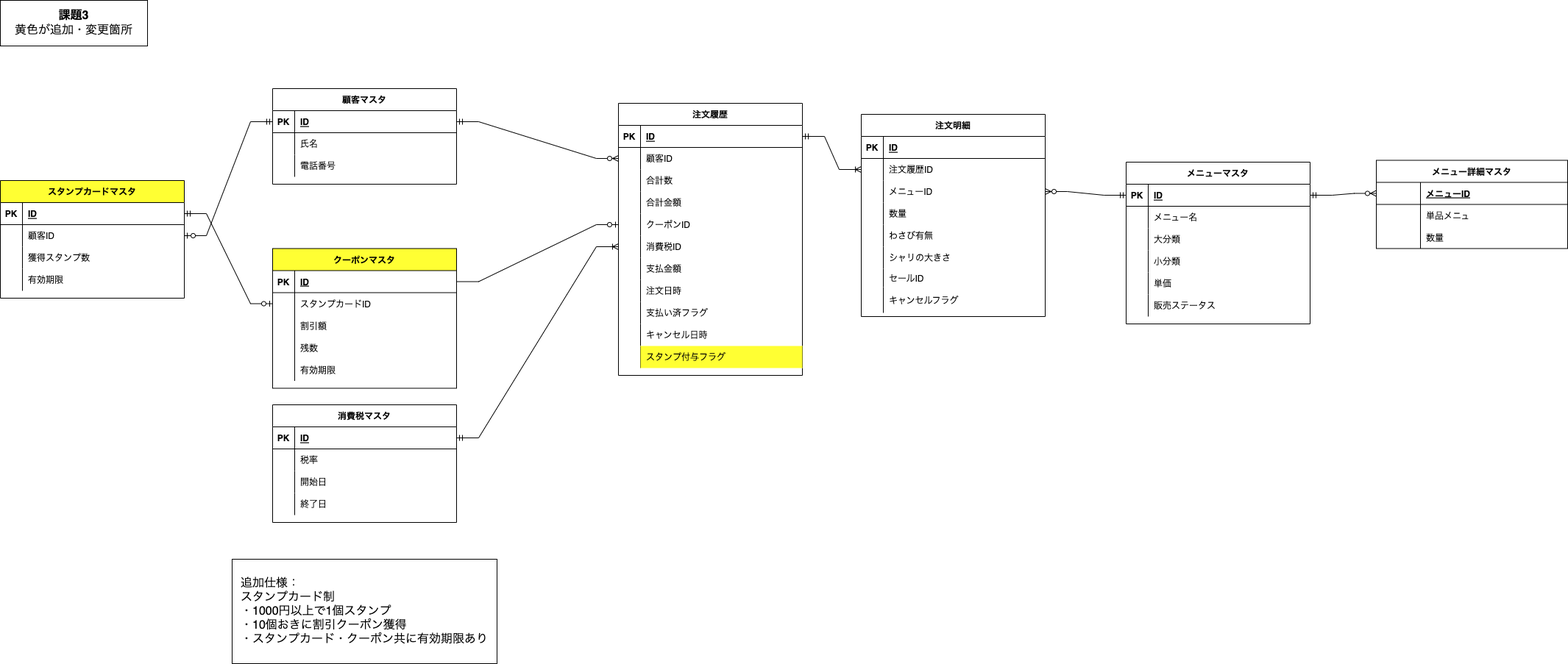
The draw.io diagram 01_データベース設計/DBモデリング1/課題3schema.png in narutaku0914/praha-challenge, before a commit. Source tidied: cells renumbered, new cells last; positions are measured from the earlier drawing's top-left corner, leaving out a move shared by most shapes.
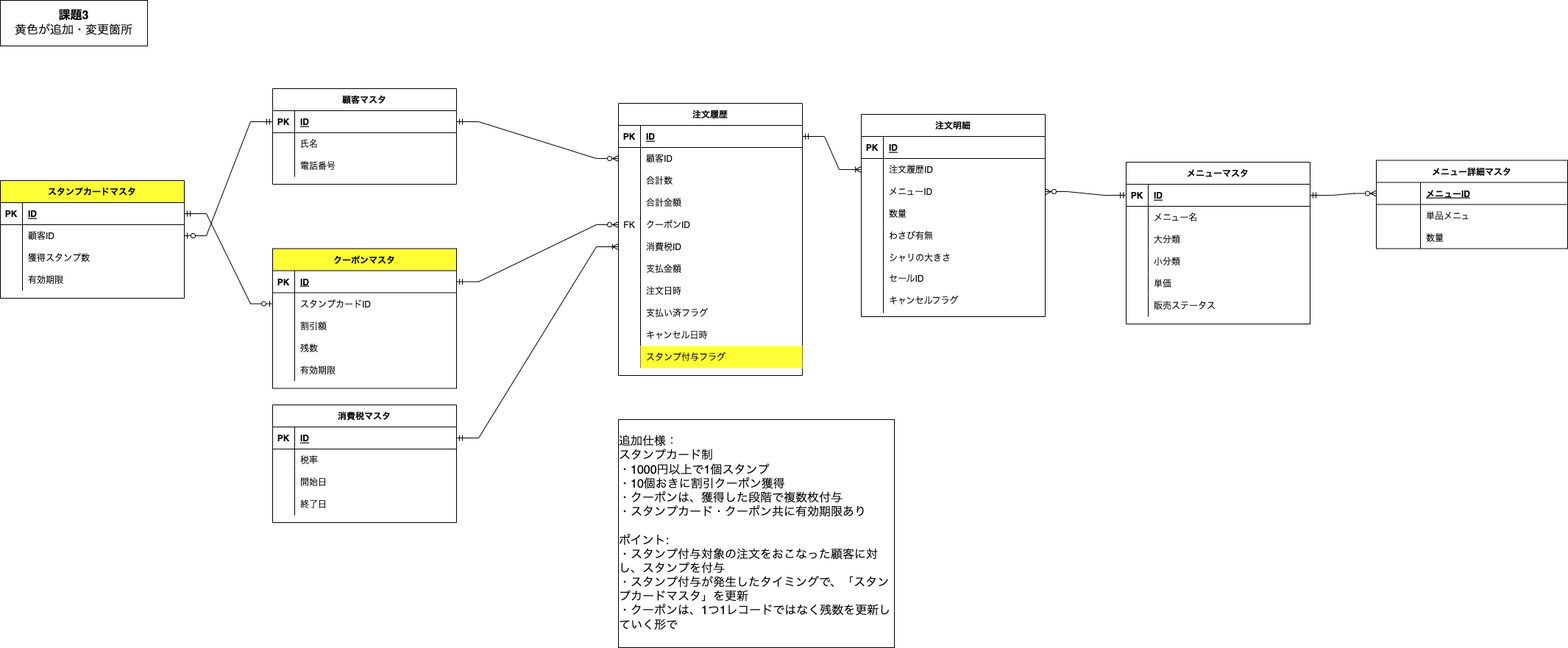
Above is the later version.

What changed in the source:
```diff
@@ -176,7 +176,7 @@
     <mxCell id="59" style="shape=partialRectangle;fillColor=none;points=[[0,0.5],[1,0.5]];portConstraint=eastwest;top=0;left=0;right=0;bottom=0;" parent="46" vertex="1">
       <mxGeometry y="150" width="250" height="30" as="geometry" />
     </mxCell>
-    <mxCell id="60" style="shape=partialRectangle;overflow=hidden;fillColor=none;top=0;left=0;bottom=0;right=0;" parent="59" vertex="1">
+    <mxCell id="60" value="FK" style="shape=partialRectangle;overflow=hidden;fillColor=none;top=0;left=0;bottom=0;right=0;" parent="59" vertex="1">
       <mxGeometry width="30" height="30" as="geometry" />
     </mxCell>
     <mxCell id="61" value="クーポンID" style="shape=partialRectangle;overflow=hidden;fillColor=none;top=0;left=0;bottom=0;right=0;align=left;spacingLeft=6;" parent="59" vertex="1">
@@ -442,17 +442,17 @@
     <mxCell id="147" value="有効期限" style="shape=partialRectangle;overflow=hidden;fillColor=none;top=0;left=0;bottom=0;right=0;align=left;spacingLeft=6;" parent="145" vertex="1">
       <mxGeometry x="30" width="220" height="30" as="geometry" />
     </mxCell>
-    <mxCell id="148" style="edgeStyle=entityRelationEdgeStyle;fontSize=12;html=1;endArrow=ERzeroToOne;endFill=1;rounded=0;exitX=1;exitY=0.5;exitDx=0;exitDy=0;entryX=0;entryY=0.5;entryDx=0;entryDy=0;" parent="1" edge="1" source="120" target="59">
-      <mxGeometry relative="1" as="geometry" />
-    </mxCell>
     <mxCell id="149" style="edgeStyle=entityRelationEdgeStyle;fontSize=12;html=1;endArrow=ERzeroToOne;startArrow=ERmandOne;rounded=0;exitX=0;exitY=0.5;exitDx=0;exitDy=0;entryX=1;entryY=0.5;entryDx=0;entryDy=0;" parent="1" edge="1" source="81" target="139">
       <mxGeometry relative="1" as="geometry" />
     </mxCell>
     <mxCell id="150" style="edgeStyle=entityRelationEdgeStyle;fontSize=12;html=1;endArrow=ERzeroToOne;startArrow=ERmandOne;rounded=0;exitX=1;exitY=0.5;exitDx=0;exitDy=0;entryX=0;entryY=0.5;entryDx=0;entryDy=0;" parent="1" edge="1" source="136" target="123">
       <mxGeometry relative="1" as="geometry" />
     </mxCell>
-    <mxCell id="151" value="&lt;div style=&quot;text-align: left;&quot;&gt;&lt;span style=&quot;font-size: 16px; background-color: initial;&quot;&gt;追加仕様：&lt;/span&gt;&lt;/div&gt;&lt;font style=&quot;&quot;&gt;&lt;div style=&quot;text-align: left;&quot;&gt;&lt;span style=&quot;font-size: 16px; background-color: initial;&quot;&gt;スタンプカード制&lt;/span&gt;&lt;/div&gt;&lt;div style=&quot;text-align: left;&quot;&gt;&lt;span style=&quot;font-size: 16px;&quot;&gt;・1000円以上で1個スタンプ&lt;/span&gt;&lt;/div&gt;&lt;div style=&quot;text-align: left;&quot;&gt;&lt;span style=&quot;font-size: 16px;&quot;&gt;・10個おきに割引クーポン獲得&lt;/span&gt;&lt;/div&gt;&lt;div style=&quot;text-align: left;&quot;&gt;&lt;span style=&quot;font-size: 16px;&quot;&gt;・スタンプカード・クーポン共に有効期限あり&lt;/span&gt;&lt;/div&gt;&lt;/font&gt;" style="rounded=0;whiteSpace=wrap;html=1;" parent="1" vertex="1">
-      <mxGeometry x="315" y="760" width="360" height="142" as="geometry" />
+    <mxCell id="151" value="&lt;div style=&quot;text-align: left;&quot;&gt;&lt;span style=&quot;font-size: 16px; background-color: initial;&quot;&gt;追加仕様：&lt;/span&gt;&lt;/div&gt;&lt;font style=&quot;&quot;&gt;&lt;div style=&quot;text-align: left;&quot;&gt;&lt;span style=&quot;font-size: 16px; background-color: initial;&quot;&gt;スタンプカード制&lt;/span&gt;&lt;/div&gt;&lt;div style=&quot;text-align: left;&quot;&gt;&lt;span style=&quot;font-size: 16px;&quot;&gt;・1000円以上で1個スタンプ&lt;/span&gt;&lt;/div&gt;&lt;div style=&quot;text-align: left;&quot;&gt;&lt;span style=&quot;font-size: 16px;&quot;&gt;・10個おきに割引クーポン獲得&lt;/span&gt;&lt;/div&gt;&lt;div style=&quot;text-align: left;&quot;&gt;&lt;span style=&quot;font-size: 16px;&quot;&gt;・クーポンは、獲得した段階で複数枚付与&lt;/span&gt;&lt;span style=&quot;font-size: 16px;&quot;&gt;&lt;br&gt;&lt;/span&gt;&lt;/div&gt;&lt;div style=&quot;text-align: left;&quot;&gt;&lt;span style=&quot;font-size: 16px;&quot;&gt;・スタンプカード・クーポン共に有効期限あり&lt;/span&gt;&lt;/div&gt;&lt;div style=&quot;text-align: left;&quot;&gt;&lt;span style=&quot;font-size: 16px;&quot;&gt;&lt;br&gt;&lt;/span&gt;&lt;/div&gt;&lt;div style=&quot;text-align: left;&quot;&gt;&lt;span style=&quot;font-size: 16px;&quot;&gt;ポイント:&lt;/span&gt;&lt;/div&gt;&lt;div style=&quot;text-align: left;&quot;&gt;&lt;span style=&quot;font-size: 16px;&quot;&gt;・スタンプ付与対象の注文をおこなった顧客に対し、&lt;/span&gt;&lt;span style=&quot;font-size: 16px; background-color: initial;&quot;&gt;スタンプを付与&lt;/span&gt;&lt;/div&gt;&lt;div style=&quot;text-align: left;&quot;&gt;&lt;span style=&quot;font-size: 16px; background-color: initial;&quot;&gt;・スタンプ付与が発生したタイミングで、「スタンプカードマスタ」を更新&lt;/span&gt;&lt;/div&gt;&lt;div style=&quot;text-align: left;&quot;&gt;&lt;span style=&quot;font-size: 16px; background-color: initial;&quot;&gt;・クーポンは、1つ1レコードではなく残数を更新していく形で&lt;/span&gt;&lt;/div&gt;&lt;/font&gt;" style="rounded=0;whiteSpace=wrap;html=1;" parent="1" vertex="1">
+      <mxGeometry x="840" y="570" width="375" height="310" as="geometry" />
     </mxCell>
+    <mxCell id="148" style="edgeStyle=entityRelationEdgeStyle;fontSize=12;html=1;endArrow=ERzeroToMany;startArrow=ERmandOne;rounded=0;entryX=0;entryY=0.5;entryDx=0;entryDy=0;exitX=1;exitY=0.5;exitDx=0;exitDy=0;" parent="1" edge="1" source="120" target="59">
+      <mxGeometry relative="1" as="geometry" />
+    </mxCell>
   </root>
 </mxGraphModel>
```
